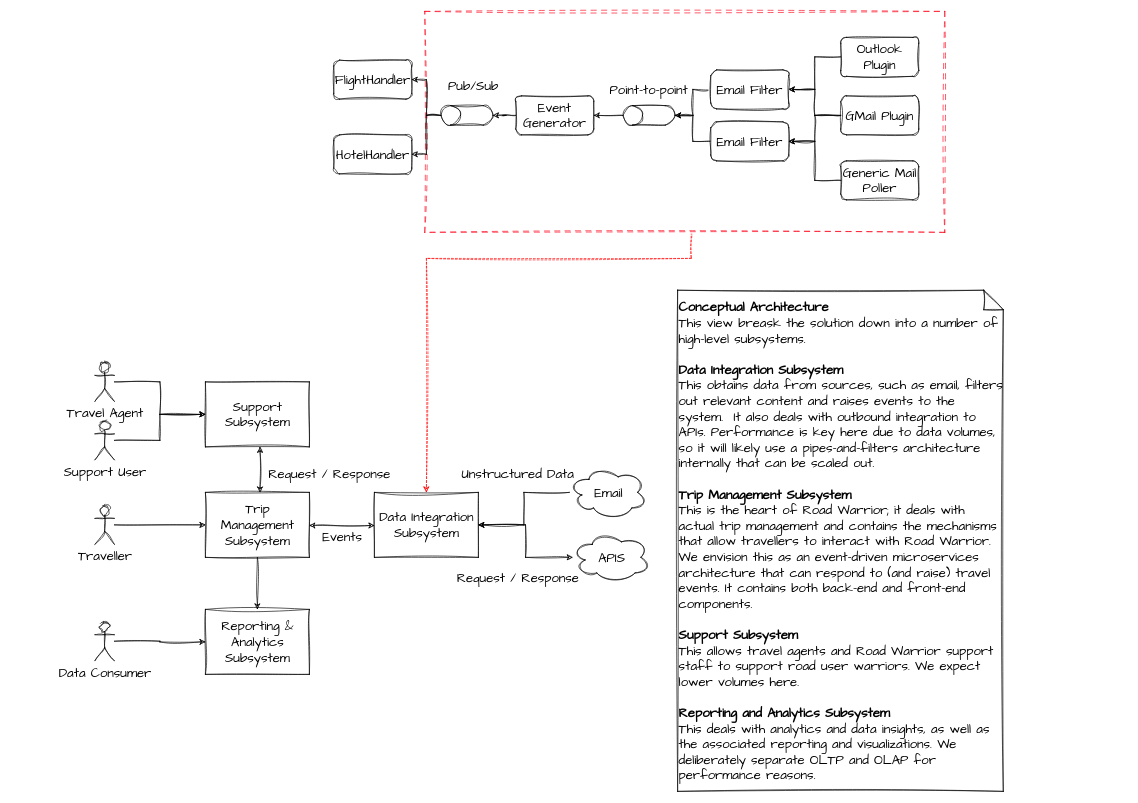
Above: diagrams/Kata Architecture.drawio in nazir-dariel/RoadWarrior_TeamDarielSalties (draw.io), before the change. Source tidied: cells renumbered, new cells numbered last; positions are measured from the earlier drawing's top-left corner, leaving out a move shared by most shapes. Both pictures are drawn from the tidied source at 65%, with x=0, y=0 at pixel (94, 11).
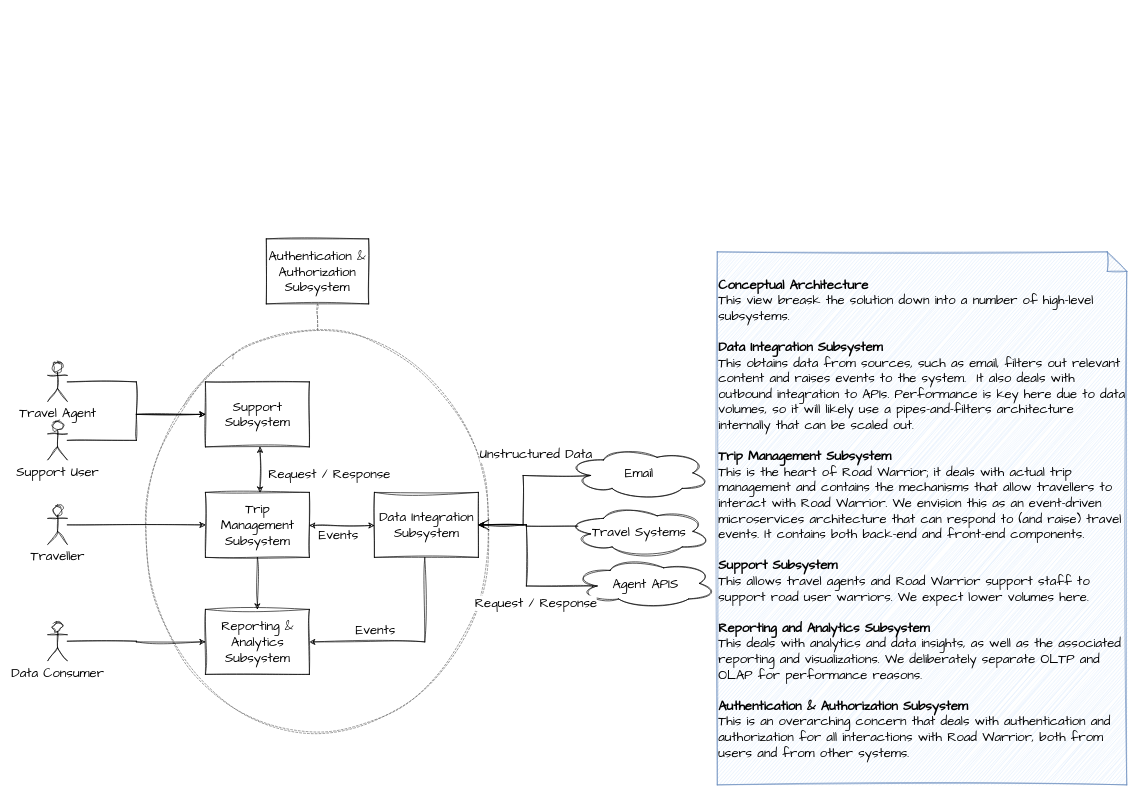
The same diagram, later.

The change refers to these unchanged cells:
```xml
<mxCell id="31" value="Data Integration Subsystem" style="rounded=0;whiteSpace=wrap;html=1;sketch=1;hachureGap=4;jiggle=2;curveFitting=1;fontFamily=Architects Daughter;fontSize=20;" parent="1" vertex="1">
  <mxGeometry x="430.5" y="740" width="160" height="100" as="geometry" />
</mxCell>
<mxCell id="36" value="Reporting &amp;amp; Analytics Subsystem" style="rounded=0;whiteSpace=wrap;html=1;sketch=1;hachureGap=4;jiggle=2;curveFitting=1;fontFamily=Architects Daughter;fontSize=20;" parent="1" vertex="1">
  <mxGeometry x="170.5" y="920" width="160" height="100" as="geometry" />
</mxCell>
```

Diff of the diagram source:
```diff
@@
-    <mxCell id="2" style="edgeStyle=orthogonalEdgeStyle;rounded=0;sketch=1;hachureGap=4;jiggle=2;curveFitting=1;jettySize=auto;html=1;fontFamily=Architects Daughter;fontSize=16;entryX=0.5;entryY=0;entryDx=0;entryDy=0;dashed=1;strokeColor=#FF0000;" parent="1" edge="1" source="3" target="31">
-      <mxGeometry relative="1" as="geometry">
-        <Array as="points">
-          <mxPoint x="918" y="380" />
-          <mxPoint x="510" y="380" />
-        </Array>
-      </mxGeometry>
-    </mxCell>
-    <mxCell id="3" style="rounded=0;whiteSpace=wrap;html=1;sketch=1;hachureGap=4;jiggle=2;curveFitting=1;fontFamily=Architects Daughter;fontSize=20;strokeColor=#ff0019;dashed=1;dashPattern=8 8;" parent="1" vertex="1">
-      <mxGeometry x="508" width="800" height="340" as="geometry" />
-    </mxCell>
-    <mxCell id="4" style="edgeStyle=orthogonalEdgeStyle;rounded=0;sketch=1;hachureGap=4;jiggle=2;curveFitting=1;jettySize=auto;html=1;entryX=1;entryY=0.5;entryDx=0;entryDy=0;fontFamily=Architects Daughter;fontSize=16;" parent="1" edge="1" source="5" target="12">
-      <mxGeometry relative="1" as="geometry" />
-    </mxCell>
-    <mxCell id="5" value="Outlook Plugin" style="rounded=1;whiteSpace=wrap;html=1;sketch=1;hachureGap=4;jiggle=2;curveFitting=1;fontFamily=Architects Daughter;fontSize=20;" parent="1" vertex="1">
-      <mxGeometry x="1148" y="40" width="120" height="60" as="geometry" />
-    </mxCell>
-    <mxCell id="6" style="edgeStyle=orthogonalEdgeStyle;rounded=0;sketch=1;hachureGap=4;jiggle=2;curveFitting=1;jettySize=auto;html=1;entryX=1;entryY=0.5;entryDx=0;entryDy=0;fontFamily=Architects Daughter;fontSize=16;" parent="1" edge="1" source="8" target="12">
-      <mxGeometry relative="1" as="geometry" />
-    </mxCell>
-    <mxCell id="7" style="edgeStyle=orthogonalEdgeStyle;rounded=0;sketch=1;hachureGap=4;jiggle=2;curveFitting=1;jettySize=auto;html=1;entryX=1;entryY=0.5;entryDx=0;entryDy=0;fontFamily=Architects Daughter;fontSize=16;" parent="1" edge="1" source="8" target="14">
-      <mxGeometry relative="1" as="geometry" />
-    </mxCell>
-    <mxCell id="8" value="GMail Plugin" style="rounded=1;whiteSpace=wrap;html=1;sketch=1;hachureGap=4;jiggle=2;curveFitting=1;fontFamily=Architects Daughter;fontSize=20;" parent="1" vertex="1">
-      <mxGeometry x="1148" y="130" width="120" height="60" as="geometry" />
-    </mxCell>
-    <mxCell id="9" style="edgeStyle=orthogonalEdgeStyle;rounded=0;sketch=1;hachureGap=4;jiggle=2;curveFitting=1;jettySize=auto;html=1;fontFamily=Architects Daughter;fontSize=16;" parent="1" edge="1" source="10" target="14">
-      <mxGeometry relative="1" as="geometry" />
-    </mxCell>
-    <mxCell id="10" value="Generic Mail Poller" style="rounded=1;whiteSpace=wrap;html=1;sketch=1;hachureGap=4;jiggle=2;curveFitting=1;fontFamily=Architects Daughter;fontSize=20;" parent="1" vertex="1">
-      <mxGeometry x="1148" y="230" width="120" height="60" as="geometry" />
-    </mxCell>
-    <mxCell id="11" style="edgeStyle=orthogonalEdgeStyle;rounded=0;sketch=1;hachureGap=4;jiggle=2;curveFitting=1;jettySize=auto;html=1;entryX=0.5;entryY=1;entryDx=0;entryDy=0;entryPerimeter=0;fontFamily=Architects Daughter;fontSize=16;" parent="1" edge="1" source="12" target="18">
-      <mxGeometry relative="1" as="geometry" />
-    </mxCell>
-    <mxCell id="12" value="Email Filter" style="rounded=1;whiteSpace=wrap;html=1;sketch=1;hachureGap=4;jiggle=2;curveFitting=1;fontFamily=Architects Daughter;fontSize=20;" parent="1" vertex="1">
-      <mxGeometry x="948" y="90" width="120" height="60" as="geometry" />
-    </mxCell>
-    <mxCell id="13" style="edgeStyle=orthogonalEdgeStyle;rounded=0;sketch=1;hachureGap=4;jiggle=2;curveFitting=1;jettySize=auto;html=1;entryX=0.5;entryY=1;entryDx=0;entryDy=0;entryPerimeter=0;fontFamily=Architects Daughter;fontSize=16;" parent="1" edge="1" source="14" target="18">
-      <mxGeometry relative="1" as="geometry" />
-    </mxCell>
-    <mxCell id="14" value="Email Filter" style="rounded=1;whiteSpace=wrap;html=1;sketch=1;hachureGap=4;jiggle=2;curveFitting=1;fontFamily=Architects Daughter;fontSize=20;" parent="1" vertex="1">
-      <mxGeometry x="948" y="170" width="120" height="60" as="geometry" />
-    </mxCell>
-    <mxCell id="15" style="edgeStyle=orthogonalEdgeStyle;rounded=0;sketch=1;hachureGap=4;jiggle=2;curveFitting=1;jettySize=auto;html=1;entryX=0.5;entryY=1;entryDx=0;entryDy=0;entryPerimeter=0;fontFamily=Architects Daughter;fontSize=16;" parent="1" edge="1" source="16" target="24">
-      <mxGeometry relative="1" as="geometry" />
-    </mxCell>
-    <mxCell id="16" value="Event Generator" style="rounded=1;whiteSpace=wrap;html=1;sketch=1;hachureGap=4;jiggle=2;curveFitting=1;fontFamily=Architects Daughter;fontSize=20;" parent="1" vertex="1">
-      <mxGeometry x="648" y="130" width="120" height="60" as="geometry" />
-    </mxCell>
-    <mxCell id="17" style="edgeStyle=orthogonalEdgeStyle;rounded=0;sketch=1;hachureGap=4;jiggle=2;curveFitting=1;jettySize=auto;html=1;fontFamily=Architects Daughter;fontSize=16;" parent="1" edge="1" source="18" target="16">
-      <mxGeometry relative="1" as="geometry" />
-    </mxCell>
-    <mxCell id="18" style="shape=cylinder3;whiteSpace=wrap;html=1;boundedLbl=1;backgroundOutline=1;size=15;sketch=1;hachureGap=4;jiggle=2;curveFitting=1;fontFamily=Architects Daughter;fontSize=20;rotation=-90;" parent="1" vertex="1">
-      <mxGeometry x="838" y="120" width="30" height="80" as="geometry" />
-    </mxCell>
-    <mxCell id="19" value="FlightHandler" style="rounded=1;whiteSpace=wrap;html=1;sketch=1;hachureGap=4;jiggle=2;curveFitting=1;fontFamily=Architects Daughter;fontSize=20;" parent="1" vertex="1">
-      <mxGeometry x="368" y="75" width="120" height="60" as="geometry" />
-    </mxCell>
-    <mxCell id="20" value="HotelHandler" style="rounded=1;whiteSpace=wrap;html=1;sketch=1;hachureGap=4;jiggle=2;curveFitting=1;fontFamily=Architects Daughter;fontSize=20;" parent="1" vertex="1">
-      <mxGeometry x="368" y="190" width="120" height="60" as="geometry" />
-    </mxCell>
-    <mxCell id="21" value="Point-to-point" style="text;html=1;strokeColor=none;fillColor=none;align=center;verticalAlign=middle;whiteSpace=wrap;rounded=0;fontSize=20;fontFamily=Architects Daughter;" parent="1" vertex="1">
-      <mxGeometry x="788" y="105" width="130" height="30" as="geometry" />
-    </mxCell>
-    <mxCell id="22" style="edgeStyle=orthogonalEdgeStyle;rounded=0;sketch=1;hachureGap=4;jiggle=2;curveFitting=1;jettySize=auto;html=1;entryX=1;entryY=0.5;entryDx=0;entryDy=0;fontFamily=Architects Daughter;fontSize=16;" parent="1" edge="1" source="24" target="19">
-      <mxGeometry relative="1" as="geometry" />
-    </mxCell>
-    <mxCell id="23" style="edgeStyle=orthogonalEdgeStyle;rounded=0;sketch=1;hachureGap=4;jiggle=2;curveFitting=1;jettySize=auto;html=1;entryX=1;entryY=0.5;entryDx=0;entryDy=0;fontFamily=Architects Daughter;fontSize=16;" parent="1" edge="1" source="24" target="20">
-      <mxGeometry relative="1" as="geometry" />
-    </mxCell>
-    <mxCell id="24" style="shape=cylinder3;whiteSpace=wrap;html=1;boundedLbl=1;backgroundOutline=1;size=15;sketch=1;hachureGap=4;jiggle=2;curveFitting=1;fontFamily=Architects Daughter;fontSize=20;rotation=-90;" parent="1" vertex="1">
-      <mxGeometry x="558" y="120" width="30" height="80" as="geometry" />
-    </mxCell>
-    <mxCell id="25" value="Pub/Sub" style="text;html=1;strokeColor=none;fillColor=none;align=center;verticalAlign=middle;whiteSpace=wrap;rounded=0;fontSize=20;fontFamily=Architects Daughter;" parent="1" vertex="1">
-      <mxGeometry x="518" y="100" width="130" height="30" as="geometry" />
-    </mxCell>
+    <mxCell id="50" style="ellipse;whiteSpace=wrap;html=1;sketch=1;hachureGap=4;jiggle=2;curveFitting=1;fontFamily=Architects Daughter;fontSize=20;fillColor=none;dashed=1;strokeColor=#696969;" parent="1" vertex="1">
+      <mxGeometry x="78" y="490" width="530" height="620" as="geometry" />
+    </mxCell>
@@
+    <mxCell id="51" style="edgeStyle=orthogonalEdgeStyle;rounded=0;sketch=1;hachureGap=4;jiggle=2;curveFitting=1;jettySize=auto;html=1;entryX=1;entryY=0.5;entryDx=0;entryDy=0;fontFamily=Architects Daughter;fontSize=16;" parent="1" edge="1" source="31" target="36">
+      <mxGeometry relative="1" as="geometry">
+        <Array as="points">
+          <mxPoint x="508" y="970" />
+        </Array>
+      </mxGeometry>
+    </mxCell>
+    <mxCell id="52" value="Events" style="edgeLabel;html=1;align=center;verticalAlign=middle;fontSize=20;fontFamily=Architects Daughter;" parent="51" vertex="1">
+      <mxGeometry x="0.35" y="6" relative="1" as="geometry">
+        <mxPoint x="1" y="-26" as="offset" />
+      </mxGeometry>
+    </mxCell>
@@
-    <mxCell id="32" style="edgeStyle=orthogonalEdgeStyle;rounded=0;sketch=1;hachureGap=4;jiggle=2;curveFitting=1;jettySize=auto;html=1;fontFamily=Architects Daughter;fontSize=16;" parent="1" edge="1" source="33" target="31">
+    <mxCell id="32" style="edgeStyle=orthogonalEdgeStyle;rounded=0;sketch=1;hachureGap=4;jiggle=2;curveFitting=1;jettySize=auto;html=1;fontFamily=Architects Daughter;fontSize=16;entryX=1;entryY=0.5;entryDx=0;entryDy=0;exitX=0.16;exitY=0.55;exitDx=0;exitDy=0;exitPerimeter=0;" parent="1" edge="1" source="33" target="31">
       <mxGeometry relative="1" as="geometry" />
     </mxCell>
-    <mxCell id="33" value="Email" style="ellipse;shape=cloud;whiteSpace=wrap;html=1;sketch=1;hachureGap=4;jiggle=2;curveFitting=1;fontFamily=Architects Daughter;fontSize=20;" parent="1" vertex="1">
-      <mxGeometry x="730.5" y="700" width="120" height="80" as="geometry" />
-    </mxCell>
-    <mxCell id="34" style="edgeStyle=orthogonalEdgeStyle;rounded=0;sketch=1;hachureGap=4;jiggle=2;curveFitting=1;jettySize=auto;html=1;entryX=1;entryY=0.5;entryDx=0;entryDy=0;fontFamily=Architects Daughter;fontSize=16;startArrow=classic;startFill=1;" parent="1" edge="1" source="35" target="31">
+    <mxCell id="34" style="edgeStyle=orthogonalEdgeStyle;rounded=0;sketch=1;hachureGap=4;jiggle=2;curveFitting=1;jettySize=auto;html=1;entryX=1;entryY=0.5;entryDx=0;entryDy=0;fontFamily=Architects Daughter;fontSize=16;startArrow=classic;startFill=1;exitX=0.16;exitY=0.55;exitDx=0;exitDy=0;exitPerimeter=0;" parent="1" edge="1" source="35" target="31">
       <mxGeometry relative="1" as="geometry" />
     </mxCell>
-    <mxCell id="35" value="APIS" style="ellipse;shape=cloud;whiteSpace=wrap;html=1;sketch=1;hachureGap=4;jiggle=2;curveFitting=1;fontFamily=Architects Daughter;fontSize=20;" parent="1" vertex="1">
-      <mxGeometry x="735.5" y="800" width="120" height="80" as="geometry" />
+    <mxCell id="35" value="Agent APIS" style="ellipse;shape=cloud;whiteSpace=wrap;html=1;sketch=1;hachureGap=4;jiggle=2;curveFitting=1;fontFamily=Architects Daughter;fontSize=20;" parent="1" vertex="1">
+      <mxGeometry x="738" y="840" width="220" height="80" as="geometry" />
     </mxCell>
@@
     <mxCell id="38" value="Support User" style="shape=umlActor;verticalLabelPosition=bottom;verticalAlign=top;html=1;outlineConnect=0;sketch=1;hachureGap=4;jiggle=2;curveFitting=1;fontFamily=Architects Daughter;fontSize=20;" parent="1" vertex="1">
-      <mxGeometry x="0.5" y="630" width="30" height="60" as="geometry" />
+      <mxGeometry x="-72" y="630" width="30" height="60" as="geometry" />
     </mxCell>
@@
     <mxCell id="40" value="Travel Agent" style="shape=umlActor;verticalLabelPosition=bottom;verticalAlign=top;html=1;outlineConnect=0;sketch=1;hachureGap=4;jiggle=2;curveFitting=1;fontFamily=Architects Daughter;fontSize=20;" parent="1" vertex="1">
-      <mxGeometry x="0.5" y="540" width="30" height="60" as="geometry" />
+      <mxGeometry x="-72" y="540" width="30" height="60" as="geometry" />
     </mxCell>
@@
     <mxCell id="42" value="Traveller" style="shape=umlActor;verticalLabelPosition=bottom;verticalAlign=top;html=1;outlineConnect=0;sketch=1;hachureGap=4;jiggle=2;curveFitting=1;fontFamily=Architects Daughter;fontSize=20;" parent="1" vertex="1">
-      <mxGeometry x="0.5" y="760" width="30" height="60" as="geometry" />
+      <mxGeometry x="-72" y="760" width="30" height="60" as="geometry" />
     </mxCell>
-    <mxCell id="43" value="Events" style="edgeLabel;html=1;align=center;verticalAlign=middle;fontSize=20;fontFamily=Architects Daughter;" parent="1" vertex="1">
-      <mxGeometry x="380.5" y="807" as="geometry" />
+    <mxCell id="43" value="Events" style="edgeLabel;html=1;align=center;verticalAlign=middle;fontSize=20;fontFamily=Architects Daughter;sketch=1;" parent="1" vertex="1">
+      <mxGeometry x="380.5" y="807" as="geometry">
+        <mxPoint x="-6" y="-3" as="offset" />
+      </mxGeometry>
     </mxCell>
-    <mxCell id="44" value="Unstructured Data" style="edgeLabel;html=1;align=center;verticalAlign=middle;fontSize=20;fontFamily=Architects Daughter;" parent="1" vertex="1">
-      <mxGeometry x="650.5" y="710" as="geometry" />
+    <mxCell id="44" value="Unstructured Data" style="edgeLabel;html=1;align=center;verticalAlign=middle;fontSize=20;fontFamily=Architects Daughter;sketch=1;" parent="1" vertex="1">
+      <mxGeometry x="678" y="680" as="geometry" />
     </mxCell>
-    <mxCell id="45" value="Request / Response" style="edgeLabel;html=1;align=center;verticalAlign=middle;fontSize=20;fontFamily=Architects Daughter;" parent="1" vertex="1">
-      <mxGeometry x="650.5" y="870" as="geometry" />
+    <mxCell id="45" value="Request / Response" style="edgeLabel;html=1;align=center;verticalAlign=middle;fontSize=20;fontFamily=Architects Daughter;sketch=1;" parent="1" vertex="1">
+      <mxGeometry x="678" y="909" as="geometry" />
     </mxCell>
-    <mxCell id="46" value="Request / Response" style="edgeLabel;html=1;align=center;verticalAlign=middle;fontSize=20;fontFamily=Architects Daughter;" parent="1" vertex="1">
+    <mxCell id="46" value="Request / Response" style="edgeLabel;html=1;align=center;verticalAlign=middle;fontSize=20;fontFamily=Architects Daughter;sketch=1;" parent="1" vertex="1">
       <mxGeometry x="360.5" y="710" as="geometry" />
     </mxCell>
@@
     <mxCell id="48" value="Data Consumer" style="shape=umlActor;verticalLabelPosition=bottom;verticalAlign=top;html=1;outlineConnect=0;sketch=1;hachureGap=4;jiggle=2;curveFitting=1;fontFamily=Architects Daughter;fontSize=20;" parent="1" vertex="1">
-      <mxGeometry x="0.5" y="939" width="30" height="60" as="geometry" />
+      <mxGeometry x="-72" y="939" width="30" height="60" as="geometry" />
     </mxCell>
-    <mxCell id="49" value="&lt;b&gt;Conceptual Architecture&lt;br&gt;&lt;/b&gt;This view breask the solution down into a number of high-level subsystems.&lt;br&gt;&lt;br&gt;&lt;b&gt;Data Integration Subsystem&lt;/b&gt;&lt;br&gt;This obtains data from sources, such as email, filters out relevant content and raises events to the system.&amp;nbsp; It also deals with outbound integration to APIs. Performance is key here due to data volumes, so it will likely use a pipes-and-filters architecture internally that can be scaled out.&lt;br&gt;&lt;br&gt;&lt;b&gt;Trip Management Subsystem&lt;br&gt;&lt;/b&gt;This is the heart of Road Warrior; it deals with actual trip management and contains the mechanisms that allow travellers to interact with Road Warrior. We envision this as an event-driven microservices architecture that can respond to (and raise) travel events. It contains both back-end and front-end components.&lt;br&gt;&lt;br&gt;&lt;b&gt;Support Subsystem&lt;br&gt;&lt;/b&gt;This allows travel agents and Road Warrior support staff to support road user warriors. We expect lower volumes here.&lt;br&gt;&lt;br&gt;&lt;b&gt;Reporting and Analytics Subsystem&lt;br&gt;&lt;/b&gt;This deals with analytics and data insights, as well as the associated reporting and visualizations. We deliberately separate OLTP and OLAP for performance reasons." style="shape=note;whiteSpace=wrap;html=1;backgroundOutline=1;darkOpacity=0.05;sketch=1;hachureGap=4;jiggle=2;curveFitting=1;fontFamily=Architects Daughter;fontSize=20;align=left;" parent="1" vertex="1">
-      <mxGeometry x="897" y="429" width="501" height="771" as="geometry" />
+    <mxCell id="49" value="&lt;b&gt;Conceptual Architecture&lt;br&gt;&lt;/b&gt;This view breask the solution down into a number of high-level subsystems.&lt;br&gt;&lt;br&gt;&lt;b&gt;Data Integration Subsystem&lt;/b&gt;&lt;br&gt;This obtains data from sources, such as email, filters out relevant content and raises events to the system.&amp;nbsp; It also deals with outbound integration to APIs. Performance is key here due to data volumes, so it will likely use a pipes-and-filters architecture internally that can be scaled out.&lt;br&gt;&lt;br&gt;&lt;b&gt;Trip Management Subsystem&lt;br&gt;&lt;/b&gt;This is the heart of Road Warrior; it deals with actual trip management and contains the mechanisms that allow travellers to interact with Road Warrior. We envision this as an event-driven microservices architecture that can respond to (and raise) travel events. It contains both back-end and front-end components.&lt;br&gt;&lt;br&gt;&lt;b&gt;Support Subsystem&lt;br&gt;&lt;/b&gt;This allows travel agents and Road Warrior support staff to support road user warriors. We expect lower volumes here.&lt;br&gt;&lt;br&gt;&lt;b&gt;Reporting and Analytics Subsystem&lt;br&gt;&lt;/b&gt;This deals with analytics and data insights, as well as the associated reporting and visualizations. We deliberately separate OLTP and OLAP for performance reasons.&lt;br&gt;&lt;br&gt;&lt;b&gt;Authentication &amp;amp; Authorization Subsystem&lt;br&gt;&lt;/b&gt;This is an overarching concern that deals with authentication and authorization for all interactions with Road Warrior, both from users and from other systems." style="shape=note;whiteSpace=wrap;html=1;backgroundOutline=1;darkOpacity=0.05;sketch=1;hachureGap=4;jiggle=2;curveFitting=1;fontFamily=Architects Daughter;fontSize=20;align=left;fillColor=#dae8fc;strokeColor=#6c8ebf;" parent="1" vertex="1">
+      <mxGeometry x="958" y="370" width="630" height="820" as="geometry" />
     </mxCell>
+    <mxCell id="53" style="edgeStyle=orthogonalEdgeStyle;rounded=0;sketch=1;hachureGap=4;jettySize=auto;html=1;entryX=1;entryY=0.5;entryDx=0;entryDy=0;fontFamily=Architects Daughter;fontSize=16;endArrow=open;startSize=14;endSize=14;sourcePerimeterSpacing=8;targetPerimeterSpacing=8;exitX=0.07;exitY=0.4;exitDx=0;exitDy=0;exitPerimeter=0;" parent="1" edge="1" source="54" target="31">
+      <mxGeometry relative="1" as="geometry" />
+    </mxCell>
+    <mxCell id="54" value="Travel Systems" style="ellipse;shape=cloud;whiteSpace=wrap;html=1;sketch=1;hachureGap=4;jiggle=2;curveFitting=1;fontFamily=Architects Daughter;fontSize=20;" parent="1" vertex="1">
+      <mxGeometry x="728" y="760" width="220" height="80" as="geometry" />
+    </mxCell>
+    <mxCell id="33" value="Email" style="ellipse;shape=cloud;whiteSpace=wrap;html=1;sketch=1;hachureGap=4;jiggle=2;curveFitting=1;fontFamily=Architects Daughter;fontSize=20;" parent="1" vertex="1">
+      <mxGeometry x="728" y="670" width="220" height="80" as="geometry" />
+    </mxCell>
+    <mxCell id="55" style="edgeStyle=orthogonalEdgeStyle;rounded=0;sketch=1;hachureGap=4;jiggle=2;curveFitting=1;jettySize=auto;html=1;entryX=0.5;entryY=0;entryDx=0;entryDy=0;fontFamily=Architects Daughter;fontSize=16;dashed=1;strokeColor=#696969;endArrow=none;endFill=0;" parent="1" edge="1" source="56" target="50">
+      <mxGeometry relative="1" as="geometry" />
+    </mxCell>
+    <mxCell id="56" value="Authentication &amp;amp; Authorization Subsystem" style="rounded=0;whiteSpace=wrap;html=1;sketch=1;hachureGap=4;jiggle=2;curveFitting=1;fontFamily=Architects Daughter;fontSize=20;direction=west;" parent="1" vertex="1">
+      <mxGeometry x="264.2" y="350" width="157.5" height="100" as="geometry" />
+    </mxCell>
```
